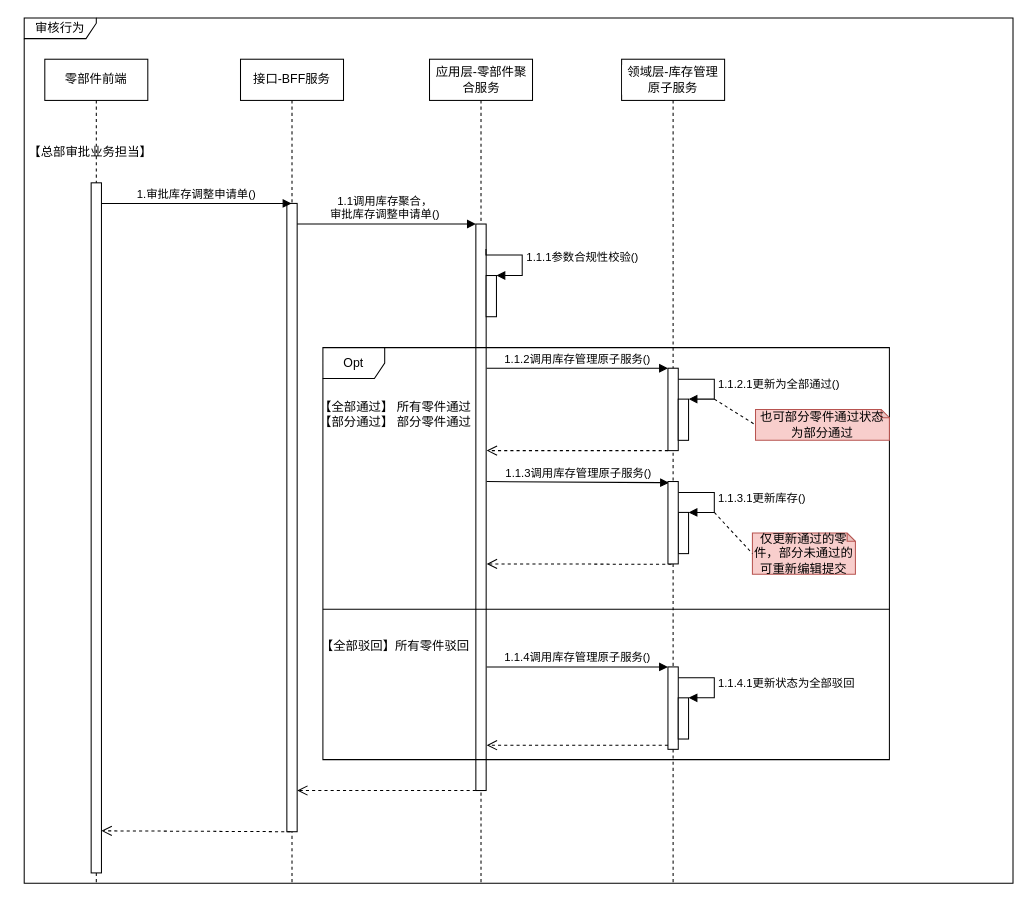
Earlier version of the draw.io diagram page "审核-行为图" (2 of 5) of 库存调整申请单.drawio (1132489442/gitRepository1). Source tidied: cells renumbered, new cells numbered last; positions are measured from the earlier drawing's top-left corner, leaving out a move shared by most shapes. Both pictures are drawn from the tidied source at 103%, with x=0, y=0 at pixel (18, 18).
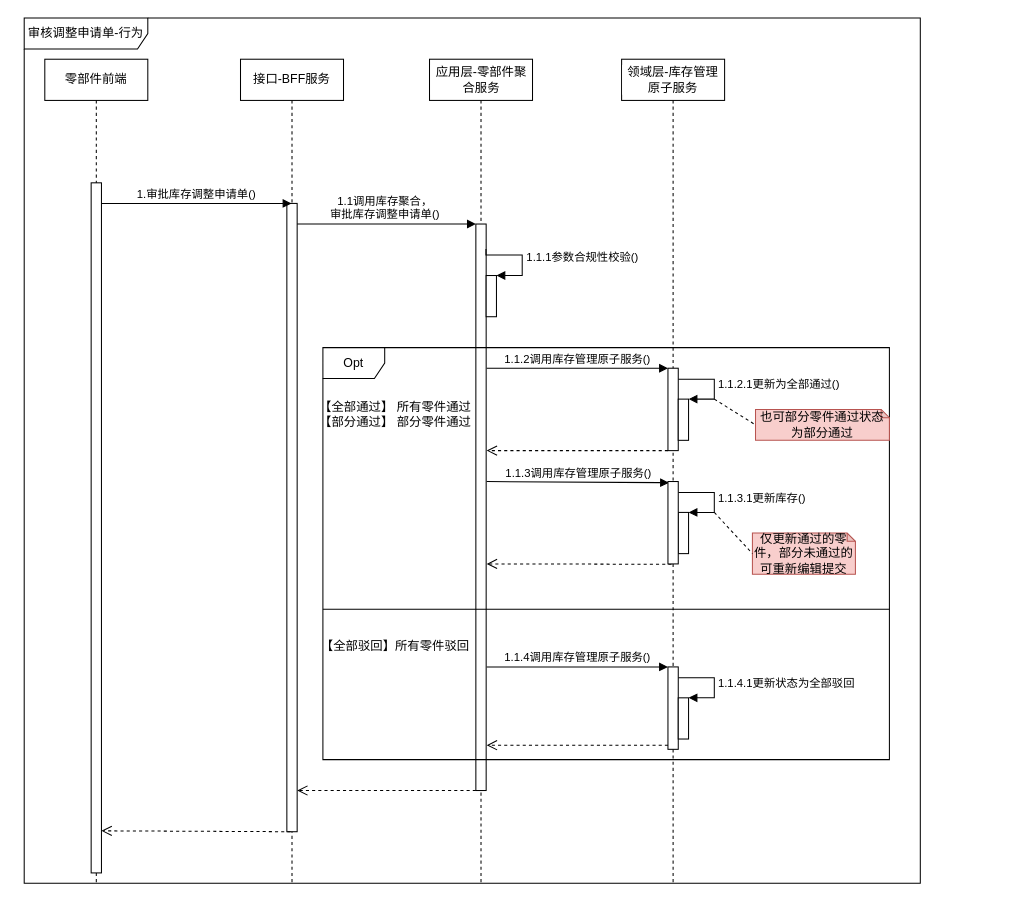
The same page after the edit.

What changed in the source:
```diff
@@
-    <mxCell id="17" value="【总部审批业务担当】" style="text;html=1;align=center;verticalAlign=middle;strokeColor=none;fillColor=none;" parent="1" vertex="1">
-      <mxGeometry y="120" width="140" height="20" as="geometry" />
-    </mxCell>
@@
-    <mxCell id="39" value="审核行为" style="shape=umlFrame;whiteSpace=wrap;html=1;width=70;height=20;" parent="1" vertex="1">
-      <mxGeometry x="6" width="960" height="840" as="geometry" />
-    </mxCell>
+    <mxCell id="40" value="审核调整申请单-行为" style="shape=umlFrame;whiteSpace=wrap;html=1;width=120;height=30;" parent="1" vertex="1">
+      <mxGeometry x="6" width="870" height="840" as="geometry" />
+    </mxCell>
```
